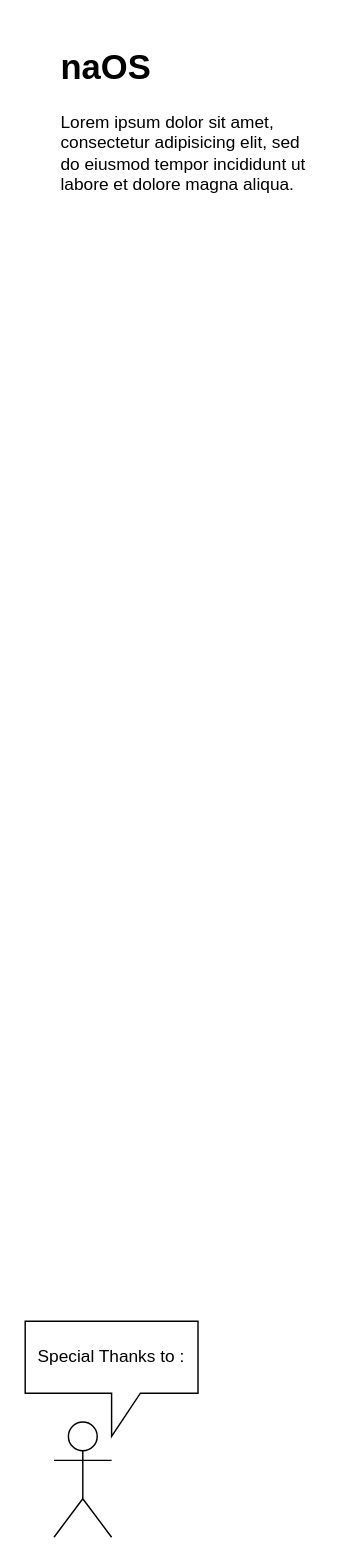
Earlier version of the draw.io diagram page "Definitions and Colour Coding" (1 of 5) of naOS.drawio (noaether/naOS). Source tidied: cells renumbered, new cells numbered last; positions are measured from the earlier drawing's top-left corner, leaving out a move shared by most shapes. Both pictures are drawn from the tidied source at 144%, with x=0, y=0 at pixel (24, 39).
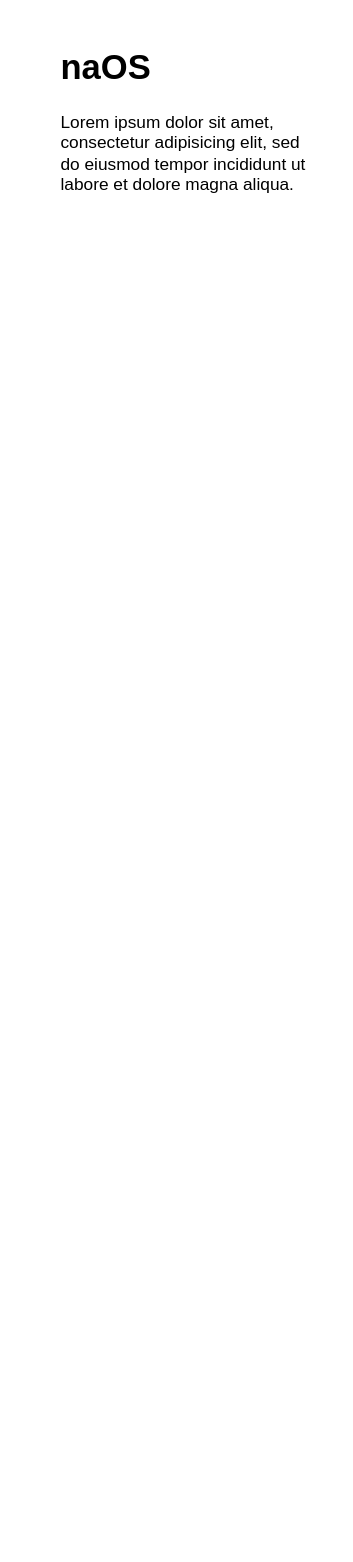
Above is the later version.

Diff of the diagram source:
```diff
@@
 <mxGraphModel>
   <root>
     <mxCell id="0" />
     <mxCell id="1" parent="0" />
     <mxCell id="2" value="&lt;h1&gt;naOS&lt;/h1&gt;&lt;p&gt;Lorem ipsum dolor sit amet, consectetur adipisicing elit, sed do eiusmod tempor incididunt ut labore et dolore magna aliqua.&lt;/p&gt;" style="text;html=1;strokeColor=none;fillColor=none;spacing=5;spacingTop=-20;whiteSpace=wrap;overflow=hidden;rounded=0;" parent="1" vertex="1">
       <mxGeometry x="20" width="190" height="120" as="geometry" />
     </mxCell>
-    <mxCell id="3" style="shape=umlActor;verticalLabelPosition=bottom;verticalAlign=top;html=1;" parent="1" vertex="1">
-      <mxGeometry x="20" y="960" width="40" height="80" as="geometry" />
-    </mxCell>
-    <mxCell id="4" value="Special Thanks to :" style="shape=callout;whiteSpace=wrap;html=1;perimeter=calloutPerimeter;" parent="1" vertex="1">
-      <mxGeometry y="890" width="120" height="80" as="geometry" />
-    </mxCell>
   </root>
 </mxGraphModel>
```
